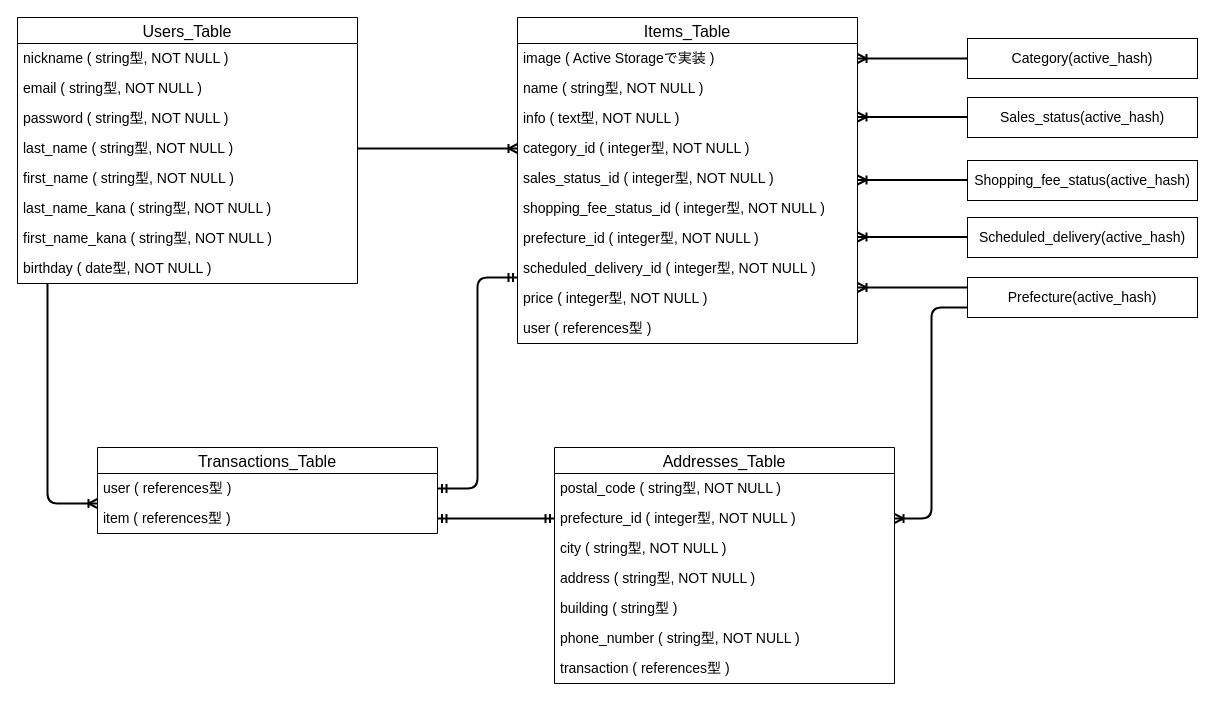
katsu-piko/furima-31091 keeps this draw.io diagram as er_image.dio. Above is the earlier version. Source tidied: cells renumbered, new cells numbered last; positions are measured from the earlier drawing's top-left corner, leaving out a move shared by most shapes. Both pictures are drawn from the tidied source at 100%, with x=0, y=0 at pixel (17, 17).
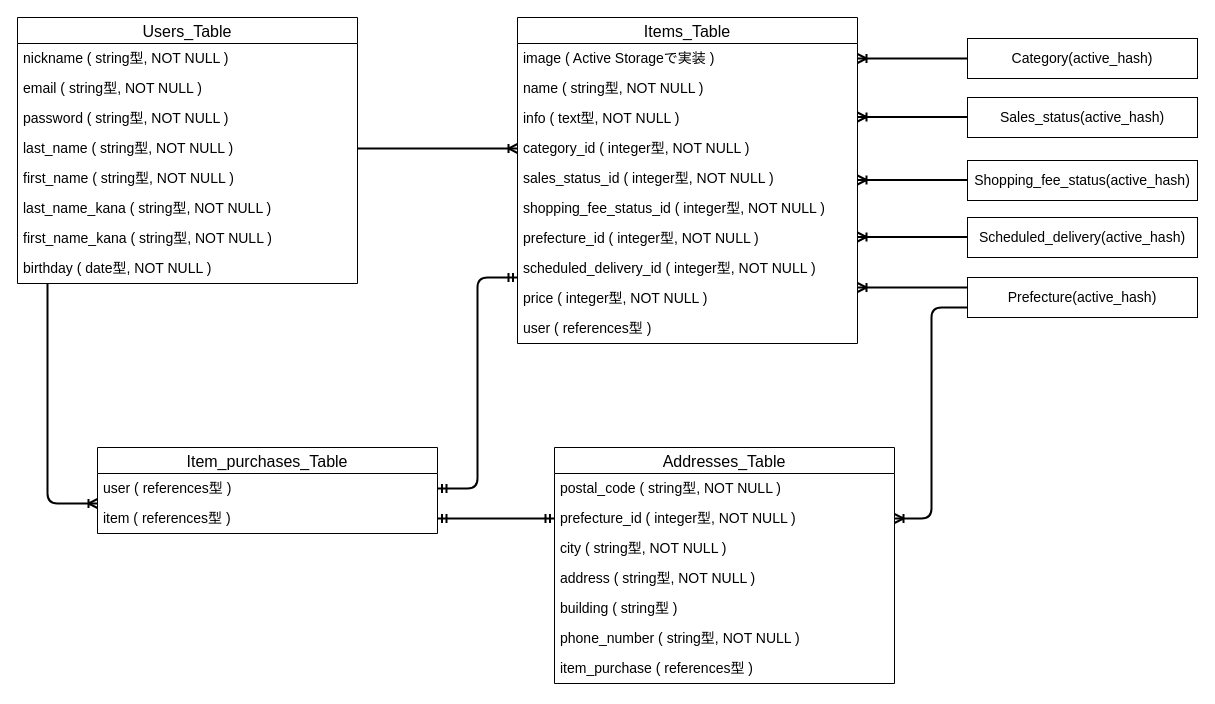
After the change.

Commit message (it also covers changes not shown here):
テーブル名修正

The change refers to these unchanged cells:
```xml
<mxCell id="40" value="Addresses_Table" style="swimlane;fontStyle=0;horizontal=1;startSize=26;align=center;fontSize=16;" parent="1" vertex="1">
  <mxGeometry x="537" y="430" width="340" height="236" as="geometry" />
</mxCell>
```

The edit, as a diff of the source:
```diff
@@
-    <mxCell id="28" value="Transactions_Table" style="swimlane;fontStyle=0;horizontal=1;startSize=26;align=center;fontSize=16;" parent="1" vertex="1">
+    <mxCell id="28" value="Item_purchases_Table" style="swimlane;fontStyle=0;horizontal=1;startSize=26;align=center;fontSize=16;" parent="1" vertex="1">
       <mxGeometry x="80" y="430" width="340" height="86" as="geometry" />
     </mxCell>
@@
-    <mxCell id="47" value="transaction ( references型 )" style="text;strokeColor=none;fillColor=none;spacingLeft=4;spacingRight=4;overflow=hidden;fontSize=14;" parent="40" vertex="1">
+    <mxCell id="47" value="item_purchase ( references型 )" style="text;strokeColor=none;fillColor=none;spacingLeft=4;spacingRight=4;overflow=hidden;fontSize=14;" parent="40" vertex="1">
       <mxGeometry y="206" width="340" height="30" as="geometry" />
     </mxCell>
```
